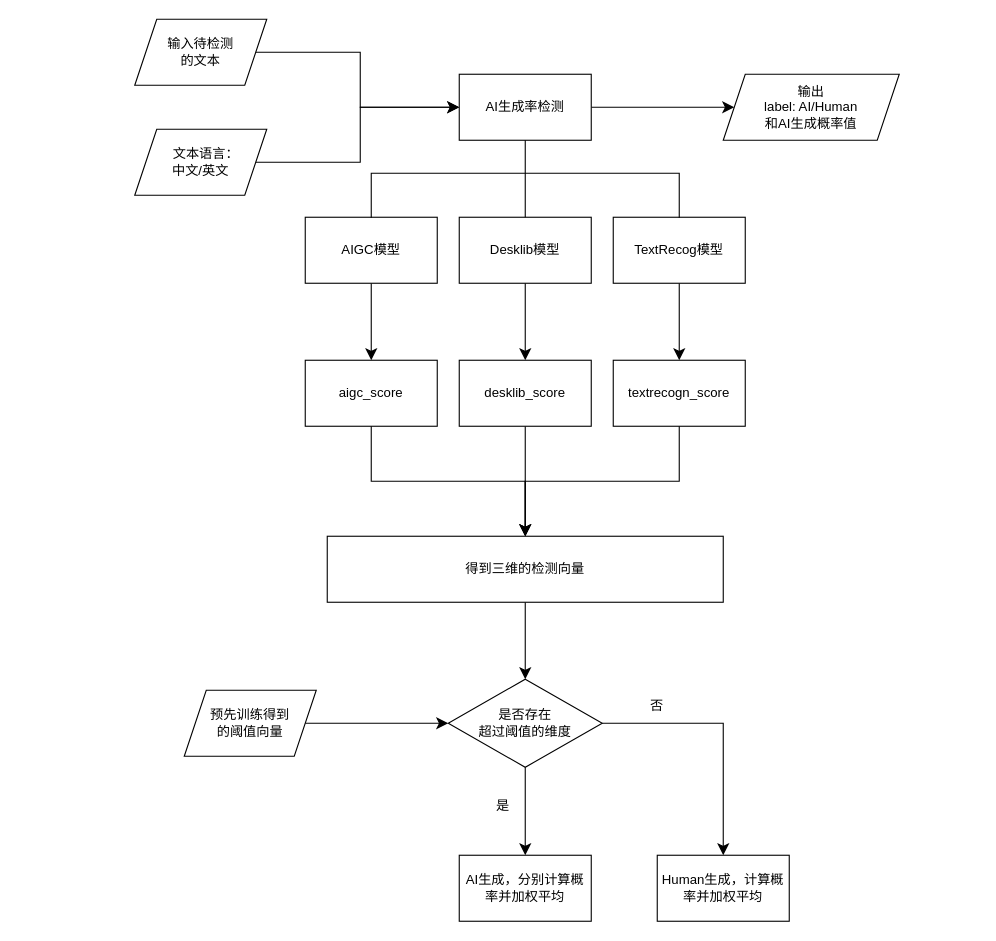
Earlier version of the draw.io diagram AIGC_text_detect.drawio (peng-na/draw.io_pic). Source tidied: cells renumbered, new cells numbered last; positions are measured from the earlier drawing's top-left corner, leaving out a move shared by most shapes. Both pictures are drawn from the tidied source at 110%, with x=0, y=0 at pixel (134, 19).
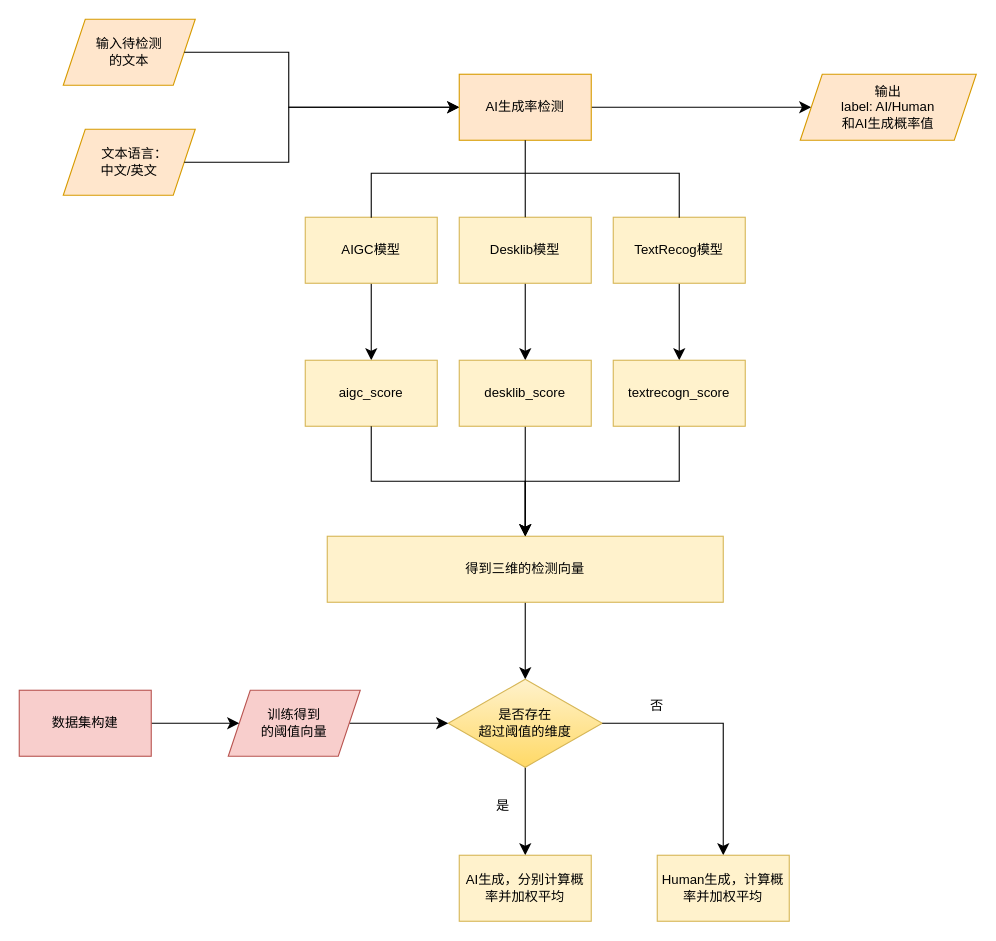
Above is the later version.

Diff of the diagram source:
```diff
@@
-    <mxCell id="2" value="输入待检测&lt;div&gt;的文本&lt;/div&gt;" style="shape=parallelogram;perimeter=parallelogramPerimeter;whiteSpace=wrap;html=1;fixedSize=1;" parent="1" vertex="1">
-      <mxGeometry width="120" height="60" as="geometry" />
+    <mxCell id="2" value="输入待检测&lt;div&gt;的文本&lt;/div&gt;" style="shape=parallelogram;perimeter=parallelogramPerimeter;whiteSpace=wrap;html=1;fixedSize=1;fillColor=#ffe6cc;strokeColor=#d79b00;" parent="1" vertex="1">
+      <mxGeometry x="-65" width="120" height="60" as="geometry" />
     </mxCell>
-    <mxCell id="3" value="&amp;nbsp; &amp;nbsp;文本语言：&lt;div&gt;&lt;span style=&quot;background-color: transparent; color: light-dark(rgb(0, 0, 0), rgb(255, 255, 255));&quot;&gt;中文/英文&lt;/span&gt;&lt;/div&gt;" style="shape=parallelogram;perimeter=parallelogramPerimeter;whiteSpace=wrap;html=1;fixedSize=1;" parent="1" vertex="1">
-      <mxGeometry y="100" width="120" height="60" as="geometry" />
+    <mxCell id="3" value="&amp;nbsp; &amp;nbsp;文本语言：&lt;div&gt;&lt;span style=&quot;background-color: transparent; color: light-dark(rgb(0, 0, 0), rgb(255, 255, 255));&quot;&gt;中文/英文&lt;/span&gt;&lt;/div&gt;" style="shape=parallelogram;perimeter=parallelogramPerimeter;whiteSpace=wrap;html=1;fixedSize=1;fillColor=#ffe6cc;strokeColor=#d79b00;" parent="1" vertex="1">
+      <mxGeometry x="-65" y="100" width="120" height="60" as="geometry" />
     </mxCell>
     <mxCell id="4" style="edgeStyle=elbowEdgeStyle;elbow=horizontal;endArrow=classic;html=1;curved=0;rounded=0;endSize=8;startSize=8;fontSize=12;exitX=1;exitY=0.5;exitDx=0;exitDy=0;entryX=0;entryY=0.5;entryDx=0;entryDy=0;" parent="1" edge="1" source="2" target="7">
       <mxGeometry relative="1" as="geometry">
         <Array as="points">
-          <mxPoint x="205" y="60" />
+          <mxPoint x="140" y="60" />
         </Array>
       </mxGeometry>
     </mxCell>
     <mxCell id="5" style="edgeStyle=elbowEdgeStyle;elbow=horizontal;endArrow=classic;html=1;curved=0;rounded=0;endSize=8;startSize=8;fontSize=12;exitX=1;exitY=0.5;exitDx=0;exitDy=0;entryX=0;entryY=0.5;entryDx=0;entryDy=0;" parent="1" edge="1" source="3" target="7">
       <mxGeometry relative="1" as="geometry">
         <Array as="points">
-          <mxPoint x="205" y="100" />
+          <mxPoint x="140" y="100" />
         </Array>
       </mxGeometry>
     </mxCell>
@@
-    <mxCell id="7" value="AI生成率检测" style="rounded=0;whiteSpace=wrap;html=1;" parent="1" vertex="1">
+    <mxCell id="7" value="AI生成率检测" style="rounded=0;whiteSpace=wrap;html=1;fillColor=#ffe6cc;strokeColor=#d79b00;" parent="1" vertex="1">
       <mxGeometry x="295" y="50" width="120" height="60" as="geometry" />
     </mxCell>
@@
-    <mxCell id="9" value="AIGC模型" style="rounded=0;whiteSpace=wrap;html=1;" parent="1" vertex="1">
+    <mxCell id="9" value="AIGC模型" style="rounded=0;whiteSpace=wrap;html=1;fillColor=#fff2cc;strokeColor=#d6b656;" parent="1" vertex="1">
       <mxGeometry x="155" y="180" width="120" height="60" as="geometry" />
     </mxCell>
@@
-    <mxCell id="11" value="Desklib模型" style="rounded=0;whiteSpace=wrap;html=1;" parent="1" vertex="1">
+    <mxCell id="11" value="Desklib模型" style="rounded=0;whiteSpace=wrap;html=1;fillColor=#fff2cc;strokeColor=#d6b656;" parent="1" vertex="1">
       <mxGeometry x="295" y="180" width="120" height="60" as="geometry" />
     </mxCell>
@@
-    <mxCell id="13" value="TextRecog模型" style="rounded=0;whiteSpace=wrap;html=1;" parent="1" vertex="1">
+    <mxCell id="13" value="TextRecog模型" style="rounded=0;whiteSpace=wrap;html=1;fillColor=#fff2cc;strokeColor=#d6b656;" parent="1" vertex="1">
       <mxGeometry x="435" y="180" width="120" height="60" as="geometry" />
     </mxCell>
@@
-    <mxCell id="16" value="aigc_score" style="whiteSpace=wrap;html=1;rounded=0;" parent="1" vertex="1">
+    <mxCell id="16" value="aigc_score" style="whiteSpace=wrap;html=1;rounded=0;fillColor=#fff2cc;strokeColor=#d6b656;" parent="1" vertex="1">
       <mxGeometry x="155" y="310" width="120" height="60" as="geometry" />
     </mxCell>
@@
-    <mxCell id="18" value="desklib_score" style="whiteSpace=wrap;html=1;rounded=0;" parent="1" vertex="1">
+    <mxCell id="18" value="desklib_score" style="whiteSpace=wrap;html=1;rounded=0;fillColor=#fff2cc;strokeColor=#d6b656;" parent="1" vertex="1">
       <mxGeometry x="295" y="310" width="120" height="60" as="geometry" />
     </mxCell>
-    <mxCell id="19" value="textrecogn_score" style="whiteSpace=wrap;html=1;rounded=0;" parent="1" vertex="1">
+    <mxCell id="19" value="textrecogn_score" style="whiteSpace=wrap;html=1;rounded=0;fillColor=#fff2cc;strokeColor=#d6b656;" parent="1" vertex="1">
       <mxGeometry x="435" y="310" width="120" height="60" as="geometry" />
     </mxCell>
@@
-    <mxCell id="21" value="得到三维的检测向量" style="whiteSpace=wrap;html=1;rounded=0;" parent="1" vertex="1">
+    <mxCell id="21" value="得到三维的检测向量" style="whiteSpace=wrap;html=1;rounded=0;fillColor=#fff2cc;strokeColor=#d6b656;" parent="1" vertex="1">
       <mxGeometry x="175" y="470" width="360" height="60" as="geometry" />
     </mxCell>
@@
-    <mxCell id="25" value="是否存在&lt;div&gt;超过阈值的维度&lt;/div&gt;" style="rhombus;whiteSpace=wrap;html=1;rounded=0;" parent="1" vertex="1">
+    <mxCell id="25" value="是否存在&lt;div&gt;超过阈值的维度&lt;/div&gt;" style="rhombus;whiteSpace=wrap;html=1;rounded=0;fillColor=#fff2cc;strokeColor=#d6b656;gradientColor=#ffd966;" parent="1" vertex="1">
       <mxGeometry x="285" y="600" width="140" height="80" as="geometry" />
     </mxCell>
-    <mxCell id="26" value="AI生成，分别计算概率并加权平均" style="whiteSpace=wrap;html=1;rounded=0;" parent="1" vertex="1">
+    <mxCell id="26" value="AI生成，分别计算概率并加权平均" style="whiteSpace=wrap;html=1;rounded=0;fillColor=#fff2cc;strokeColor=#d6b656;" parent="1" vertex="1">
       <mxGeometry x="295" y="760" width="120" height="60" as="geometry" />
     </mxCell>
@@
-    <mxCell id="29" value="预先训练得到&lt;div&gt;的阈值向量&lt;/div&gt;" style="shape=parallelogram;perimeter=parallelogramPerimeter;whiteSpace=wrap;html=1;fixedSize=1;" parent="1" vertex="1">
-      <mxGeometry x="45" y="610" width="120" height="60" as="geometry" />
+    <mxCell id="29" value="训练得到&lt;div&gt;的阈值向量&lt;/div&gt;" style="shape=parallelogram;perimeter=parallelogramPerimeter;whiteSpace=wrap;html=1;fixedSize=1;fillColor=#f8cecc;strokeColor=#b85450;" parent="1" vertex="1">
+      <mxGeometry x="85" y="610" width="120" height="60" as="geometry" />
     </mxCell>
@@
-    <mxCell id="32" value="Human生成，计算概率并加权平均" style="rounded=0;whiteSpace=wrap;html=1;" parent="1" vertex="1">
+    <mxCell id="32" value="Human生成，计算概率并加权平均" style="rounded=0;whiteSpace=wrap;html=1;fillColor=#fff2cc;strokeColor=#d6b656;" parent="1" vertex="1">
       <mxGeometry x="475" y="760" width="120" height="60" as="geometry" />
     </mxCell>
-    <mxCell id="33" value="输出&lt;div&gt;label: AI/Human&lt;div&gt;和AI生成概率值&lt;/div&gt;&lt;/div&gt;" style="shape=parallelogram;perimeter=parallelogramPerimeter;whiteSpace=wrap;html=1;fixedSize=1;rounded=0;" parent="1" vertex="1">
-      <mxGeometry x="535" y="50" width="160" height="60" as="geometry" />
+    <mxCell id="33" value="输出&lt;div&gt;label: AI/Human&lt;div&gt;和AI生成概率值&lt;/div&gt;&lt;/div&gt;" style="shape=parallelogram;perimeter=parallelogramPerimeter;whiteSpace=wrap;html=1;fixedSize=1;rounded=0;fillColor=#ffe6cc;strokeColor=#d79b00;" parent="1" vertex="1">
+      <mxGeometry x="605" y="50" width="160" height="60" as="geometry" />
     </mxCell>
+    <mxCell id="34" style="edgeStyle=none;curved=1;rounded=0;jettySize=auto;html=1;fontSize=12;startSize=8;endSize=8;" parent="1" edge="1" source="35" target="29">
+      <mxGeometry relative="1" as="geometry" />
+    </mxCell>
+    <mxCell id="35" value="数据集构建" style="rounded=0;whiteSpace=wrap;html=1;fillColor=#f8cecc;strokeColor=#b85450;" parent="1" vertex="1">
+      <mxGeometry x="-105" y="610" width="120" height="60" as="geometry" />
+    </mxCell>
```
